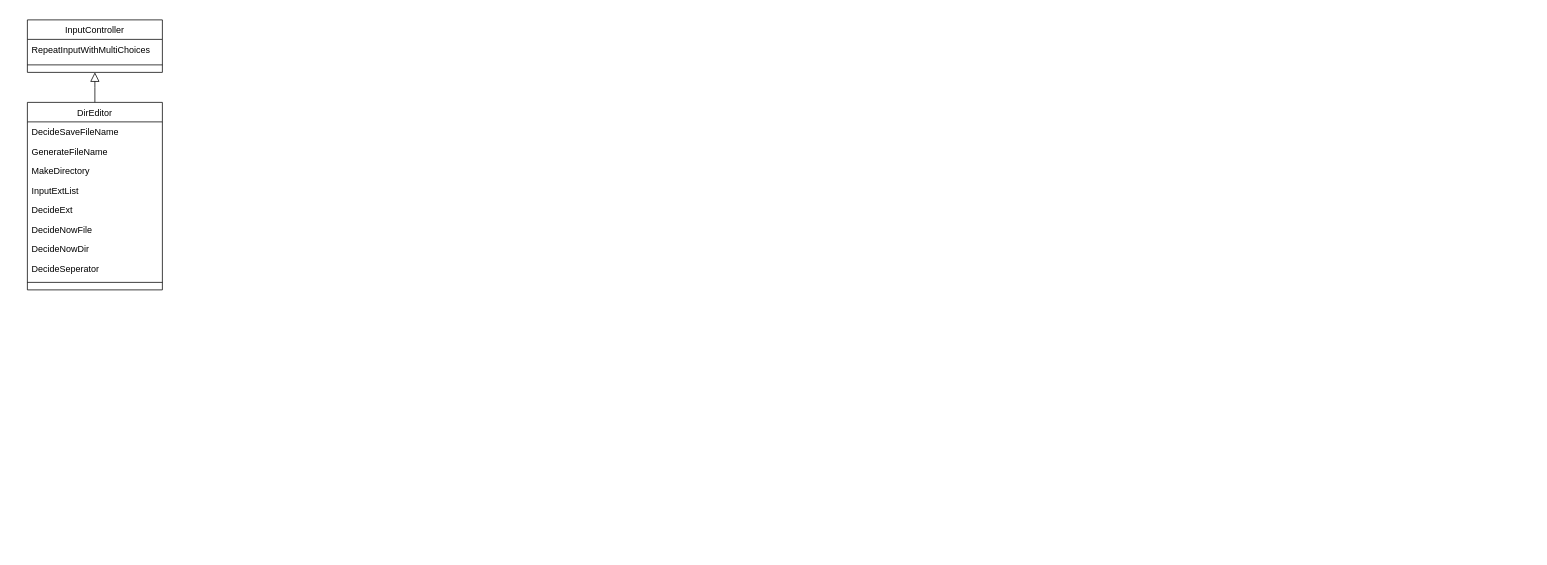
This is page "05_PDFRotater" (6 of 7) of LandmasterLibrary/_Module_Diagram.drawio from landmaster135/pyclone-tornado, a draw.io file, before an edit. Source tidied: cells renumbered, new cells numbered last; positions are measured from the earlier drawing's top-left corner, leaving out a move shared by most shapes. Both pictures are drawn from the tidied source at 75%, with x=0, y=0 at pixel (27, 20).
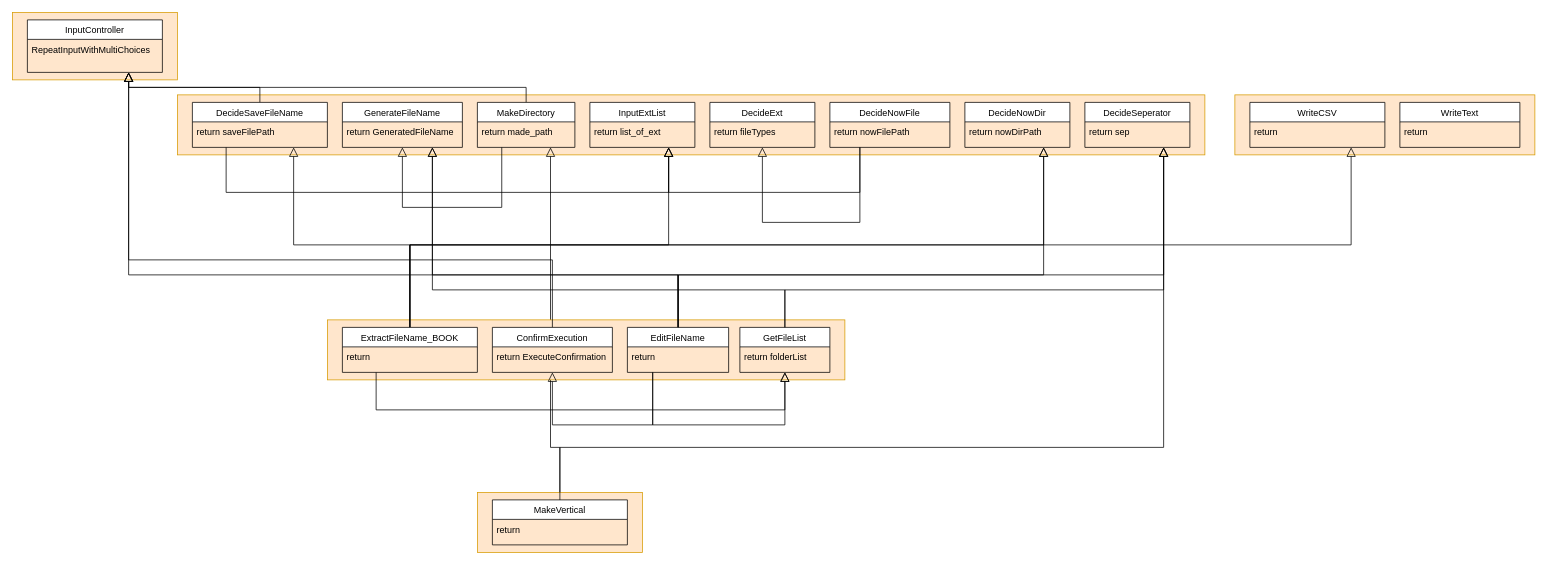
Above is the later version.

Unchanged cells that the change refers to:
```xml
<mxCell id="13" value="InputController" style="swimlane;fontStyle=0;align=center;verticalAlign=top;horizontal=1;startSize=26;rounded=0;shadow=0;strokeWidth=1;" parent="1" vertex="1">
  <mxGeometry width="180" height="70" as="geometry" />
</mxCell>
```

Diff of the diagram source:
```diff
@@
-    <mxCell id="2" style="endArrow=block;endSize=10;endFill=0;shadow=0;strokeWidth=1;rounded=0;edgeStyle=elbowEdgeStyle;elbow=vertical;exitX=0.5;exitY=0;exitDx=0;exitDy=0;entryX=0.5;entryY=1;entryDx=0;entryDy=0;" parent="1" edge="1" source="3" target="13">
-      <mxGeometry relative="1" as="geometry" />
-    </mxCell>
-    <mxCell id="3" value="DirEditor" style="swimlane;fontStyle=0;align=center;verticalAlign=top;horizontal=1;startSize=26;rounded=0;shadow=0;strokeWidth=1;" parent="1" vertex="1">
-      <mxGeometry y="110" width="180" height="250" as="geometry" />
-    </mxCell>
-    <mxCell id="4" value="DecideSaveFileName" style="text;align=left;verticalAlign=top;spacingLeft=4;spacingRight=4;overflow=hidden;points=[[0,0.5],[1,0.5]];portConstraint=eastwest;" parent="3" vertex="1">
-      <mxGeometry y="26" width="180" height="26" as="geometry" />
-    </mxCell>
-    <mxCell id="5" value="GenerateFileName" style="text;align=left;verticalAlign=top;spacingLeft=4;spacingRight=4;overflow=hidden;points=[[0,0.5],[1,0.5]];portConstraint=eastwest;rounded=0;shadow=0;html=0;" parent="3" vertex="1">
-      <mxGeometry y="52" width="180" height="26" as="geometry" />
-    </mxCell>
-    <mxCell id="6" value="MakeDirectory" style="text;align=left;verticalAlign=top;spacingLeft=4;spacingRight=4;overflow=hidden;points=[[0,0.5],[1,0.5]];portConstraint=eastwest;rounded=0;shadow=0;html=0;" parent="3" vertex="1">
-      <mxGeometry y="78" width="180" height="26" as="geometry" />
-    </mxCell>
-    <mxCell id="7" value="InputExtList" style="text;align=left;verticalAlign=top;spacingLeft=4;spacingRight=4;overflow=hidden;points=[[0,0.5],[1,0.5]];portConstraint=eastwest;rounded=0;shadow=0;html=0;" parent="3" vertex="1">
-      <mxGeometry y="104" width="180" height="26" as="geometry" />
-    </mxCell>
-    <mxCell id="8" value="DecideExt" style="text;align=left;verticalAlign=top;spacingLeft=4;spacingRight=4;overflow=hidden;points=[[0,0.5],[1,0.5]];portConstraint=eastwest;rounded=0;shadow=0;html=0;" parent="3" vertex="1">
-      <mxGeometry y="130" width="180" height="26" as="geometry" />
-    </mxCell>
-    <mxCell id="9" value="DecideNowFile" style="text;align=left;verticalAlign=top;spacingLeft=4;spacingRight=4;overflow=hidden;points=[[0,0.5],[1,0.5]];portConstraint=eastwest;rounded=0;shadow=0;html=0;" parent="3" vertex="1">
-      <mxGeometry y="156" width="180" height="26" as="geometry" />
-    </mxCell>
-    <mxCell id="10" value="DecideNowDir" style="text;align=left;verticalAlign=top;spacingLeft=4;spacingRight=4;overflow=hidden;points=[[0,0.5],[1,0.5]];portConstraint=eastwest;rounded=0;shadow=0;html=0;" parent="3" vertex="1">
-      <mxGeometry y="182" width="180" height="26" as="geometry" />
-    </mxCell>
-    <mxCell id="11" value="DecideSeperator" style="text;align=left;verticalAlign=top;spacingLeft=4;spacingRight=4;overflow=hidden;points=[[0,0.5],[1,0.5]];portConstraint=eastwest;rounded=0;shadow=0;html=0;" parent="3" vertex="1">
-      <mxGeometry y="208" width="180" height="26" as="geometry" />
-    </mxCell>
-    <mxCell id="12" style="endArrow=none;html=1;" parent="3" edge="1">
-      <mxGeometry relative="1" as="geometry">
-        <mxPoint y="240" as="sourcePoint" />
-        <mxPoint x="180" y="240" as="targetPoint" />
-      </mxGeometry>
-    </mxCell>
+    <mxCell id="16" style="rounded=0;whiteSpace=wrap;html=1;fillColor=#ffe6cc;strokeColor=#d79b00;" parent="1" vertex="1">
+      <mxGeometry x="200" y="100" width="1370" height="80" as="geometry" />
+    </mxCell>
+    <mxCell id="17" style="endArrow=block;endSize=10;endFill=0;shadow=0;strokeWidth=1;rounded=0;edgeStyle=elbowEdgeStyle;elbow=vertical;entryX=0.75;entryY=1;entryDx=0;entryDy=0;" parent="1" edge="1" target="6">
+      <mxGeometry relative="1" as="geometry">
+        <mxPoint x="710" y="640" as="sourcePoint" />
+        <Array as="points">
+          <mxPoint x="1120" y="570" />
+          <mxPoint x="950" y="350" />
+        </Array>
+      </mxGeometry>
+    </mxCell>
+    <mxCell id="18" style="rounded=0;whiteSpace=wrap;html=1;fillColor=#ffe6cc;strokeColor=#d79b00;" parent="1" vertex="1">
+      <mxGeometry x="-20" y="-10" width="220" height="90" as="geometry" />
+    </mxCell>
+    <mxCell id="19" style="rounded=0;whiteSpace=wrap;html=1;fillColor=#ffe6cc;strokeColor=#d79b00;" parent="1" vertex="1">
+      <mxGeometry x="400" y="400" width="690" height="80" as="geometry" />
+    </mxCell>
+    <mxCell id="20" style="endArrow=block;endSize=10;endFill=0;shadow=0;strokeWidth=1;rounded=0;edgeStyle=elbowEdgeStyle;elbow=vertical;exitX=0.5;exitY=0;exitDx=0;exitDy=0;entryX=0.75;entryY=1;entryDx=0;entryDy=0;" parent="1" edge="1" source="4" target="13">
+      <mxGeometry relative="1" as="geometry" />
+    </mxCell>
@@
-    <mxCell id="15" style="endArrow=none;html=1;" parent="13" edge="1">
-      <mxGeometry relative="1" as="geometry">
-        <mxPoint y="60" as="sourcePoint" />
-        <mxPoint x="180" y="60" as="targetPoint" />
-      </mxGeometry>
-    </mxCell>
+    <mxCell id="21" style="endArrow=block;endSize=10;endFill=0;shadow=0;strokeWidth=1;rounded=0;edgeStyle=elbowEdgeStyle;elbow=vertical;exitX=0.25;exitY=1;exitDx=0;exitDy=0;entryX=0.75;entryY=1;entryDx=0;entryDy=0;" parent="1" edge="1" source="4" target="7">
+      <mxGeometry relative="1" as="geometry">
+        <Array as="points">
+          <mxPoint x="550" y="230" />
+        </Array>
+      </mxGeometry>
+    </mxCell>
+    <mxCell id="22" style="endArrow=block;endSize=10;endFill=0;shadow=0;strokeWidth=1;rounded=0;edgeStyle=elbowEdgeStyle;elbow=vertical;exitX=0.5;exitY=0;exitDx=0;exitDy=0;entryX=0.75;entryY=1;entryDx=0;entryDy=0;" parent="1" edge="1" source="6" target="13">
+      <mxGeometry relative="1" as="geometry" />
+    </mxCell>
+    <mxCell id="23" style="endArrow=block;endSize=10;endFill=0;shadow=0;strokeWidth=1;rounded=0;edgeStyle=elbowEdgeStyle;elbow=vertical;exitX=0.25;exitY=1;exitDx=0;exitDy=0;entryX=0.5;entryY=1;entryDx=0;entryDy=0;" parent="1" edge="1" source="6" target="5">
+      <mxGeometry relative="1" as="geometry">
+        <Array as="points">
+          <mxPoint x="570" y="250" />
+        </Array>
+      </mxGeometry>
+    </mxCell>
+    <mxCell id="24" style="endArrow=block;endSize=10;endFill=0;shadow=0;strokeWidth=1;rounded=0;edgeStyle=elbowEdgeStyle;elbow=vertical;exitX=0.25;exitY=1;exitDx=0;exitDy=0;entryX=0.5;entryY=1;entryDx=0;entryDy=0;" parent="1" edge="1" source="9" target="8">
+      <mxGeometry relative="1" as="geometry">
+        <Array as="points">
+          <mxPoint x="1060" y="270" />
+        </Array>
+      </mxGeometry>
+    </mxCell>
+    <mxCell id="25" style="endArrow=block;endSize=10;endFill=0;shadow=0;strokeWidth=1;rounded=0;edgeStyle=elbowEdgeStyle;elbow=vertical;exitX=0.25;exitY=1;exitDx=0;exitDy=0;entryX=0.75;entryY=1;entryDx=0;entryDy=0;" parent="1" edge="1" source="9" target="7">
+      <mxGeometry relative="1" as="geometry">
+        <Array as="points">
+          <mxPoint x="990" y="230" />
+        </Array>
+      </mxGeometry>
+    </mxCell>
+    <mxCell id="26" style="endArrow=block;endSize=10;endFill=0;shadow=0;strokeWidth=1;rounded=0;edgeStyle=elbowEdgeStyle;elbow=vertical;entryX=0.5;entryY=1;entryDx=0;entryDy=0;exitX=0.25;exitY=1;exitDx=0;exitDy=0;" parent="1" edge="1" source="45" target="57">
+      <mxGeometry relative="1" as="geometry">
+        <Array as="points">
+          <mxPoint x="820" y="520" />
+        </Array>
+      </mxGeometry>
+    </mxCell>
+    <mxCell id="27" style="endArrow=block;endSize=10;endFill=0;shadow=0;strokeWidth=1;rounded=0;edgeStyle=elbowEdgeStyle;elbow=vertical;exitX=0.5;exitY=0;exitDx=0;exitDy=0;entryX=0.75;entryY=1;entryDx=0;entryDy=0;" parent="1" edge="1" source="45" target="7">
+      <mxGeometry relative="1" as="geometry">
+        <Array as="points">
+          <mxPoint x="590" y="300" />
+        </Array>
+      </mxGeometry>
+    </mxCell>
+    <mxCell id="28" style="endArrow=block;endSize=10;endFill=0;shadow=0;strokeWidth=1;rounded=0;edgeStyle=elbowEdgeStyle;elbow=vertical;exitX=0.5;exitY=0;exitDx=0;exitDy=0;entryX=0.75;entryY=1;entryDx=0;entryDy=0;" parent="1" edge="1" source="45" target="10">
+      <mxGeometry relative="1" as="geometry">
+        <Array as="points">
+          <mxPoint x="840" y="300" />
+        </Array>
+      </mxGeometry>
+    </mxCell>
+    <mxCell id="29" style="endArrow=block;endSize=10;endFill=0;shadow=0;strokeWidth=1;rounded=0;edgeStyle=elbowEdgeStyle;elbow=vertical;entryX=0.75;entryY=1;entryDx=0;entryDy=0;exitX=0.5;exitY=0;exitDx=0;exitDy=0;" parent="1" edge="1" source="45" target="4">
+      <mxGeometry relative="1" as="geometry">
+        <Array as="points">
+          <mxPoint x="310" y="300" />
+        </Array>
+      </mxGeometry>
+    </mxCell>
+    <mxCell id="30" style="rounded=0;whiteSpace=wrap;html=1;fillColor=#ffe6cc;strokeColor=#d79b00;" parent="1" vertex="1">
+      <mxGeometry x="1610" y="100" width="400" height="80" as="geometry" />
+    </mxCell>
+    <mxCell id="31" style="endArrow=block;endSize=10;endFill=0;shadow=0;strokeWidth=1;rounded=0;edgeStyle=elbowEdgeStyle;elbow=vertical;entryX=0.75;entryY=1;entryDx=0;entryDy=0;exitX=0.5;exitY=0;exitDx=0;exitDy=0;" parent="1" edge="1" source="45" target="41">
+      <mxGeometry relative="1" as="geometry">
+        <Array as="points">
+          <mxPoint x="1030" y="300" />
+        </Array>
+      </mxGeometry>
+    </mxCell>
+    <mxCell id="32" style="endArrow=block;endSize=10;endFill=0;shadow=0;strokeWidth=1;rounded=0;edgeStyle=elbowEdgeStyle;elbow=vertical;exitX=0.5;exitY=0;exitDx=0;exitDy=0;entryX=0.75;entryY=1;entryDx=0;entryDy=0;" parent="1" edge="1" source="47" target="13">
+      <mxGeometry relative="1" as="geometry">
+        <Array as="points">
+          <mxPoint x="760" y="320" />
+          <mxPoint x="920" y="320" />
+        </Array>
+      </mxGeometry>
+    </mxCell>
+    <mxCell id="4" value="DecideSaveFileName" style="swimlane;fontStyle=0;align=center;verticalAlign=top;horizontal=1;startSize=26;rounded=0;shadow=0;strokeWidth=1;" parent="1" vertex="1">
+      <mxGeometry x="220" y="110" width="180" height="60" as="geometry" />
+    </mxCell>
+    <mxCell id="33" value="return saveFilePath" style="text;align=left;verticalAlign=top;spacingLeft=4;spacingRight=4;overflow=hidden;" parent="4" vertex="1">
+      <mxGeometry y="26" width="180" height="26" as="geometry" />
+    </mxCell>
+    <mxCell id="5" value="GenerateFileName" style="swimlane;fontStyle=0;align=center;verticalAlign=top;horizontal=1;startSize=26;rounded=0;shadow=0;strokeWidth=1;" parent="1" vertex="1">
+      <mxGeometry x="420" y="110" width="160" height="60" as="geometry" />
+    </mxCell>
+    <mxCell id="34" value="return GeneratedFileName" style="text;align=left;verticalAlign=top;spacingLeft=4;spacingRight=4;overflow=hidden;rounded=0;shadow=0;html=0;" parent="5" vertex="1">
+      <mxGeometry y="26" width="160" height="26" as="geometry" />
+    </mxCell>
+    <mxCell id="6" value="MakeDirectory" style="swimlane;fontStyle=0;align=center;verticalAlign=top;horizontal=1;startSize=26;rounded=0;shadow=0;strokeWidth=1;" parent="1" vertex="1">
+      <mxGeometry x="600" y="110" width="130" height="60" as="geometry" />
+    </mxCell>
+    <mxCell id="35" value="return made_path" style="text;align=left;verticalAlign=top;spacingLeft=4;spacingRight=4;overflow=hidden;" parent="6" vertex="1">
+      <mxGeometry y="26" width="130" height="26" as="geometry" />
+    </mxCell>
+    <mxCell id="9" value="DecideNowFile" style="swimlane;fontStyle=0;align=center;verticalAlign=top;horizontal=1;startSize=26;rounded=0;shadow=0;strokeWidth=1;" parent="1" vertex="1">
+      <mxGeometry x="1070" y="110" width="160" height="60" as="geometry" />
+    </mxCell>
+    <mxCell id="36" value="return nowFilePath" style="text;align=left;verticalAlign=top;spacingLeft=4;spacingRight=4;overflow=hidden;" parent="9" vertex="1">
+      <mxGeometry y="26" width="160" height="26" as="geometry" />
+    </mxCell>
+    <mxCell id="8" value="DecideExt" style="swimlane;fontStyle=0;align=center;verticalAlign=top;horizontal=1;startSize=26;rounded=0;shadow=0;strokeWidth=1;" parent="1" vertex="1">
+      <mxGeometry x="910" y="110" width="140" height="60" as="geometry" />
+    </mxCell>
+    <mxCell id="37" value="return fileTypes" style="text;align=left;verticalAlign=top;spacingLeft=4;spacingRight=4;overflow=hidden;" parent="8" vertex="1">
+      <mxGeometry y="26" width="140" height="26" as="geometry" />
+    </mxCell>
+    <mxCell id="7" value="InputExtList" style="swimlane;fontStyle=0;align=center;verticalAlign=top;horizontal=1;startSize=26;rounded=0;shadow=0;strokeWidth=1;" parent="1" vertex="1">
+      <mxGeometry x="750" y="110" width="140" height="60" as="geometry" />
+    </mxCell>
+    <mxCell id="38" value="return list_of_ext" style="text;align=left;verticalAlign=top;spacingLeft=4;spacingRight=4;overflow=hidden;" parent="7" vertex="1">
+      <mxGeometry y="26" width="140" height="26" as="geometry" />
+    </mxCell>
+    <mxCell id="10" value="DecideNowDir" style="swimlane;fontStyle=0;align=center;verticalAlign=top;horizontal=1;startSize=26;rounded=0;shadow=0;strokeWidth=1;" parent="1" vertex="1">
+      <mxGeometry x="1250" y="110" width="140" height="60" as="geometry" />
+    </mxCell>
+    <mxCell id="39" value="return nowDirPath" style="text;align=left;verticalAlign=top;spacingLeft=4;spacingRight=4;overflow=hidden;" parent="10" vertex="1">
+      <mxGeometry y="26" width="140" height="26" as="geometry" />
+    </mxCell>
+    <mxCell id="11" value="DecideSeperator" style="swimlane;fontStyle=0;align=center;verticalAlign=top;horizontal=1;startSize=26;rounded=0;shadow=0;strokeWidth=1;" parent="1" vertex="1">
+      <mxGeometry x="1410" y="110" width="140" height="60" as="geometry" />
+    </mxCell>
+    <mxCell id="40" value="return sep" style="text;align=left;verticalAlign=top;spacingLeft=4;spacingRight=4;overflow=hidden;" parent="11" vertex="1">
+      <mxGeometry y="26" width="140" height="26" as="geometry" />
+    </mxCell>
+    <mxCell id="41" value="WriteCSV" style="swimlane;fontStyle=0;align=center;verticalAlign=top;horizontal=1;startSize=26;rounded=0;shadow=0;strokeWidth=1;" parent="1" vertex="1">
+      <mxGeometry x="1630" y="110" width="180" height="60" as="geometry" />
+    </mxCell>
+    <mxCell id="42" value="return" style="text;align=left;verticalAlign=top;spacingLeft=4;spacingRight=4;overflow=hidden;" parent="41" vertex="1">
+      <mxGeometry y="26" width="180" height="26" as="geometry" />
+    </mxCell>
+    <mxCell id="43" value="WriteText" style="swimlane;fontStyle=0;align=center;verticalAlign=top;horizontal=1;startSize=26;rounded=0;shadow=0;strokeWidth=1;" parent="1" vertex="1">
+      <mxGeometry x="1830" y="110" width="160" height="60" as="geometry" />
+    </mxCell>
+    <mxCell id="44" value="return" style="text;align=left;verticalAlign=top;spacingLeft=4;spacingRight=4;overflow=hidden;rounded=0;shadow=0;html=0;" parent="43" vertex="1">
+      <mxGeometry y="26" width="160" height="26" as="geometry" />
+    </mxCell>
+    <mxCell id="45" value="ExtractFileName_BOOK" style="swimlane;fontStyle=0;align=center;verticalAlign=top;horizontal=1;startSize=26;rounded=0;shadow=0;strokeWidth=1;fillColor=#FFFFFF;" parent="1" vertex="1">
+      <mxGeometry x="420" y="410" width="180" height="60" as="geometry" />
+    </mxCell>
+    <mxCell id="46" value="return" style="text;align=left;verticalAlign=top;spacingLeft=4;spacingRight=4;overflow=hidden;" parent="45" vertex="1">
+      <mxGeometry y="26" width="180" height="26" as="geometry" />
+    </mxCell>
+    <mxCell id="47" value="ConfirmExecution" style="swimlane;fontStyle=0;align=center;verticalAlign=top;horizontal=1;startSize=26;rounded=0;shadow=0;strokeWidth=1;" parent="1" vertex="1">
+      <mxGeometry x="620" y="410" width="160" height="60" as="geometry" />
+    </mxCell>
+    <mxCell id="48" value="return ExecuteConfirmation" style="text;align=left;verticalAlign=top;spacingLeft=4;spacingRight=4;overflow=hidden;" parent="47" vertex="1">
+      <mxGeometry y="26" width="160" height="26" as="geometry" />
+    </mxCell>
+    <mxCell id="49" style="endArrow=block;endSize=10;endFill=0;shadow=0;strokeWidth=1;rounded=0;edgeStyle=elbowEdgeStyle;elbow=vertical;exitX=0.5;exitY=0;exitDx=0;exitDy=0;entryX=0.75;entryY=1;entryDx=0;entryDy=0;" parent="1" edge="1" source="55" target="10">
+      <mxGeometry relative="1" as="geometry">
+        <Array as="points">
+          <mxPoint x="1100" y="340" />
+          <mxPoint x="930" y="330" />
+        </Array>
+      </mxGeometry>
+    </mxCell>
+    <mxCell id="50" style="endArrow=block;endSize=10;endFill=0;shadow=0;strokeWidth=1;rounded=0;edgeStyle=elbowEdgeStyle;elbow=vertical;exitX=0.25;exitY=1;exitDx=0;exitDy=0;entryX=0.5;entryY=1;entryDx=0;entryDy=0;" parent="1" edge="1" source="55" target="57">
+      <mxGeometry relative="1" as="geometry">
+        <Array as="points">
+          <mxPoint x="1030" y="540" />
+        </Array>
+      </mxGeometry>
+    </mxCell>
+    <mxCell id="51" style="endArrow=block;endSize=10;endFill=0;shadow=0;strokeWidth=1;rounded=0;edgeStyle=elbowEdgeStyle;elbow=vertical;exitX=0.5;exitY=0;exitDx=0;exitDy=0;entryX=0.75;entryY=1;entryDx=0;entryDy=0;" parent="1" edge="1" source="55" target="13">
+      <mxGeometry relative="1" as="geometry">
+        <Array as="points">
+          <mxPoint x="470" y="340" />
+        </Array>
+      </mxGeometry>
+    </mxCell>
+    <mxCell id="52" style="endArrow=block;endSize=10;endFill=0;shadow=0;strokeWidth=1;rounded=0;edgeStyle=elbowEdgeStyle;elbow=vertical;entryX=0.5;entryY=1;entryDx=0;entryDy=0;exitX=0.25;exitY=1;exitDx=0;exitDy=0;" parent="1" edge="1" source="55" target="47">
+      <mxGeometry relative="1" as="geometry">
+        <Array as="points">
+          <mxPoint x="800" y="540" />
+        </Array>
+      </mxGeometry>
+    </mxCell>
+    <mxCell id="53" style="endArrow=block;endSize=10;endFill=0;shadow=0;strokeWidth=1;rounded=0;edgeStyle=elbowEdgeStyle;elbow=vertical;entryX=0.75;entryY=1;entryDx=0;entryDy=0;exitX=0.5;exitY=0;exitDx=0;exitDy=0;" parent="1" edge="1" source="55" target="5">
+      <mxGeometry relative="1" as="geometry">
+        <Array as="points">
+          <mxPoint x="470" y="340" />
+        </Array>
+      </mxGeometry>
+    </mxCell>
+    <mxCell id="54" style="endArrow=block;endSize=10;endFill=0;shadow=0;strokeWidth=1;rounded=0;edgeStyle=elbowEdgeStyle;elbow=vertical;exitX=0.5;exitY=0;exitDx=0;exitDy=0;" parent="1" edge="1" source="57">
+      <mxGeometry relative="1" as="geometry">
+        <mxPoint x="540" y="170" as="targetPoint" />
+        <Array as="points">
+          <mxPoint x="840" y="360" />
+        </Array>
+      </mxGeometry>
+    </mxCell>
+    <mxCell id="55" value="EditFileName" style="swimlane;fontStyle=0;align=center;verticalAlign=top;horizontal=1;startSize=26;rounded=0;shadow=0;strokeWidth=1;" parent="1" vertex="1">
+      <mxGeometry x="800" y="410" width="135" height="60" as="geometry" />
+    </mxCell>
+    <mxCell id="56" value="return" style="text;align=left;verticalAlign=top;spacingLeft=4;spacingRight=4;overflow=hidden;" parent="55" vertex="1">
+      <mxGeometry y="26" width="135" height="26" as="geometry" />
+    </mxCell>
+    <mxCell id="57" value="GetFileList" style="swimlane;fontStyle=0;align=center;verticalAlign=top;horizontal=1;startSize=26;rounded=0;shadow=0;strokeWidth=1;" parent="1" vertex="1">
+      <mxGeometry x="950" y="410" width="120" height="60" as="geometry" />
+    </mxCell>
+    <mxCell id="58" value="return folderList" style="text;align=left;verticalAlign=top;spacingLeft=4;spacingRight=4;overflow=hidden;" parent="57" vertex="1">
+      <mxGeometry y="26" width="120" height="26" as="geometry" />
+    </mxCell>
+    <mxCell id="59" style="rounded=0;whiteSpace=wrap;html=1;fillColor=#ffe6cc;strokeColor=#d79b00;" parent="1" vertex="1">
+      <mxGeometry x="600" y="630" width="220" height="80" as="geometry" />
+    </mxCell>
+    <mxCell id="60" value="MakeVertical" style="swimlane;fontStyle=0;align=center;verticalAlign=top;horizontal=1;startSize=26;rounded=0;shadow=0;strokeWidth=1;" parent="1" vertex="1">
+      <mxGeometry x="620" y="640" width="180" height="60" as="geometry" />
+    </mxCell>
+    <mxCell id="61" value="return" style="text;align=left;verticalAlign=top;spacingLeft=4;spacingRight=4;overflow=hidden;" parent="60" vertex="1">
+      <mxGeometry y="26" width="180" height="26" as="geometry" />
+    </mxCell>
+    <mxCell id="62" style="endArrow=block;endSize=10;endFill=0;shadow=0;strokeWidth=1;rounded=0;edgeStyle=elbowEdgeStyle;elbow=vertical;exitX=0.5;exitY=0;exitDx=0;exitDy=0;entryX=0.75;entryY=1;entryDx=0;entryDy=0;" parent="1" edge="1" source="60" target="11">
+      <mxGeometry relative="1" as="geometry">
+        <Array as="points">
+          <mxPoint x="1030" y="570" />
+          <mxPoint x="940" y="340" />
+        </Array>
+      </mxGeometry>
+    </mxCell>
+    <mxCell id="63" style="endArrow=block;endSize=10;endFill=0;shadow=0;strokeWidth=1;rounded=0;edgeStyle=elbowEdgeStyle;elbow=vertical;entryX=0.75;entryY=1;entryDx=0;entryDy=0;" parent="1" edge="1" target="11">
+      <mxGeometry relative="1" as="geometry">
+        <mxPoint x="868" y="410" as="sourcePoint" />
+        <Array as="points">
+          <mxPoint x="1120" y="340" />
+          <mxPoint x="940" y="340" />
+        </Array>
+      </mxGeometry>
+    </mxCell>
+    <mxCell id="64" style="endArrow=block;endSize=10;endFill=0;shadow=0;strokeWidth=1;rounded=0;edgeStyle=elbowEdgeStyle;elbow=vertical;entryX=0.75;entryY=1;entryDx=0;entryDy=0;exitX=0.5;exitY=0;exitDx=0;exitDy=0;" parent="1" edge="1" source="57" target="11">
+      <mxGeometry relative="1" as="geometry">
+        <Array as="points">
+          <mxPoint x="1270" y="360" />
+          <mxPoint x="950" y="350" />
+        </Array>
+      </mxGeometry>
+    </mxCell>
```
